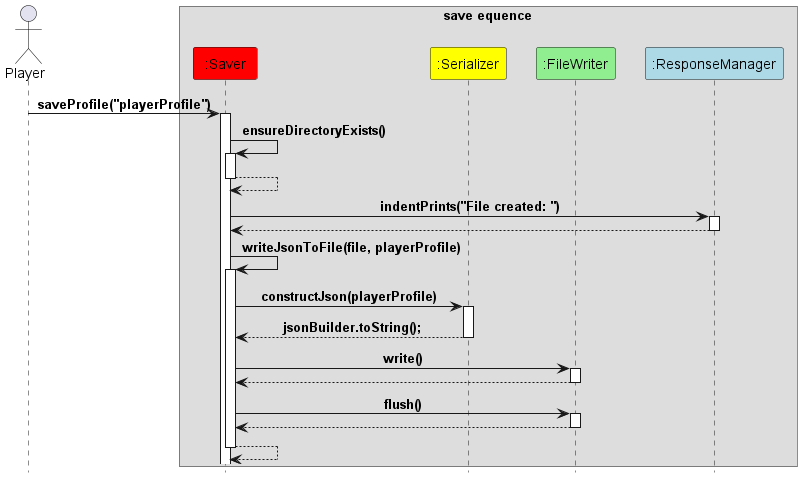
Above: docs/UML diagram/Save.png in StargazerX0/tp (PlantUML), before the change.
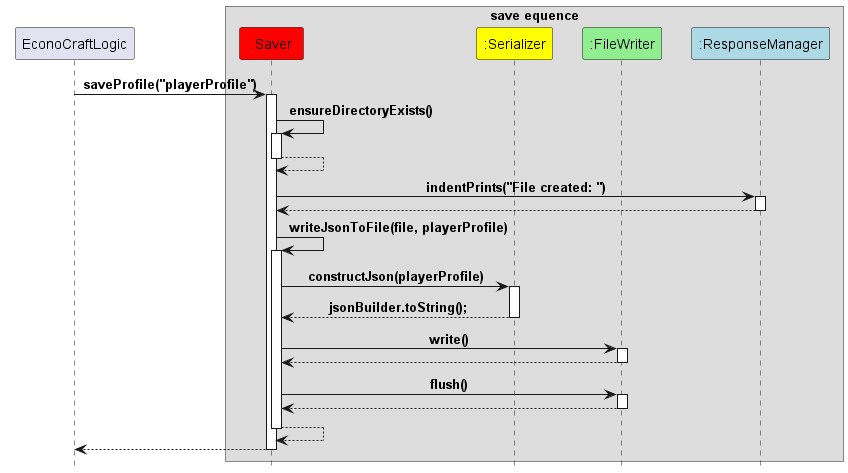
The same diagram one commit later.

The edit, as a diff of the source:
```diff
@@ -1,7 +1,7 @@
 @startuml
 !include Style.puml
 
-Actor "Player" as player
+participant "EconoCraftLogic" as econocraftlogic
 box "save equence"
 participant ":Saver" as saver #Red
 participant ":Serializer" as serializer #Yellow
@@ -9,7 +9,7 @@
 participant ":ResponseManager" as responseManager #LightBlue
 end box
 
-player -> saver : saveProfile("playerProfile")
+econocraftlogic -> saver : saveProfile("playerProfile")
 activate saver
 
 saver -> saver : ensureDirectoryExists()
@@ -35,5 +35,8 @@
 saver -> fileWriter : flush()
 activate fileWriter
 return
+
+return
+
 return
 @enduml
```
